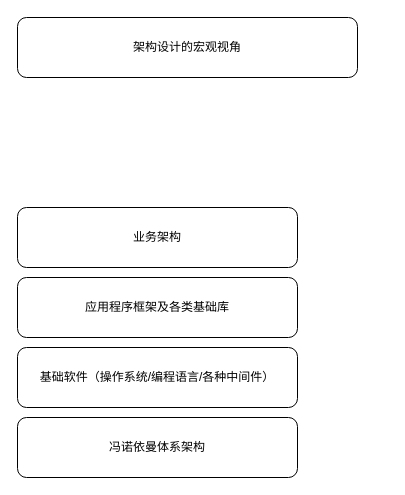
The draw.io diagram page "架构设计的宏观视角" (2 of 6) of 架构师技能.drawio in caoj/drawio-online, before the edit. Source tidied: cells renumbered, new cells numbered last; positions are measured from the earlier drawing's top-left corner, leaving out a move shared by most shapes. Both pictures are drawn from the tidied source at 100%, with x=0, y=0 at pixel (17, 17).
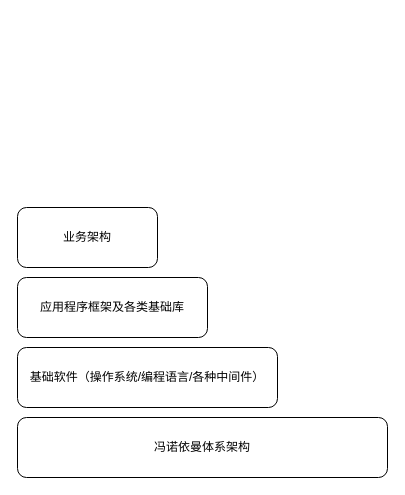
Above is the later version.

The edit, as a diff of the source:
```diff
@@
 <mxGraphModel>
   <root>
     <mxCell id="0" />
     <mxCell id="1" parent="0" />
-    <mxCell id="2" value="架构设计的宏观视角" style="rounded=1;whiteSpace=wrap;html=1;" parent="1" vertex="1">
-      <mxGeometry width="340" height="60" as="geometry" />
-    </mxCell>
     <mxCell id="3" value="冯诺依曼体系架构" style="rounded=1;whiteSpace=wrap;html=1;" parent="1" vertex="1">
-      <mxGeometry y="400" width="280" height="60" as="geometry" />
+      <mxGeometry y="400" width="370" height="60" as="geometry" />
     </mxCell>
     <mxCell id="4" value="基础软件（操作系统/编程语言/各种中间件）" style="rounded=1;whiteSpace=wrap;html=1;" parent="1" vertex="1">
-      <mxGeometry y="330" width="280" height="60" as="geometry" />
+      <mxGeometry y="330" width="260" height="60" as="geometry" />
     </mxCell>
     <mxCell id="5" value="应用程序框架及各类基础库" style="rounded=1;whiteSpace=wrap;html=1;" parent="1" vertex="1">
-      <mxGeometry y="260" width="280" height="60" as="geometry" />
+      <mxGeometry y="260" width="190" height="60" as="geometry" />
     </mxCell>
     <mxCell id="6" value="业务架构" style="rounded=1;whiteSpace=wrap;html=1;" parent="1" vertex="1">
-      <mxGeometry y="190" width="280" height="60" as="geometry" />
+      <mxGeometry y="190" width="140" height="60" as="geometry" />
     </mxCell>
   </root>
 </mxGraphModel>
```
